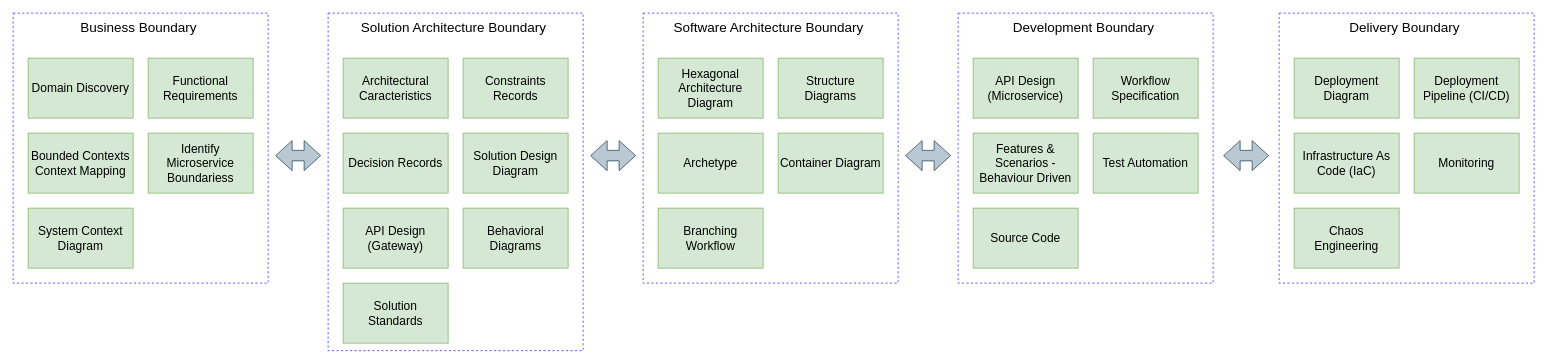
Above: Software Development Process Framework.drawio in rpicanco/MicroserviceArchitectureSolutionFramework (draw.io), before the change. Source tidied: cells renumbered, new cells numbered last; positions are measured from the earlier drawing's top-left corner, leaving out a move shared by most shapes. Both pictures are drawn from the tidied source at 75%, with x=0, y=0 at pixel (13, 13).
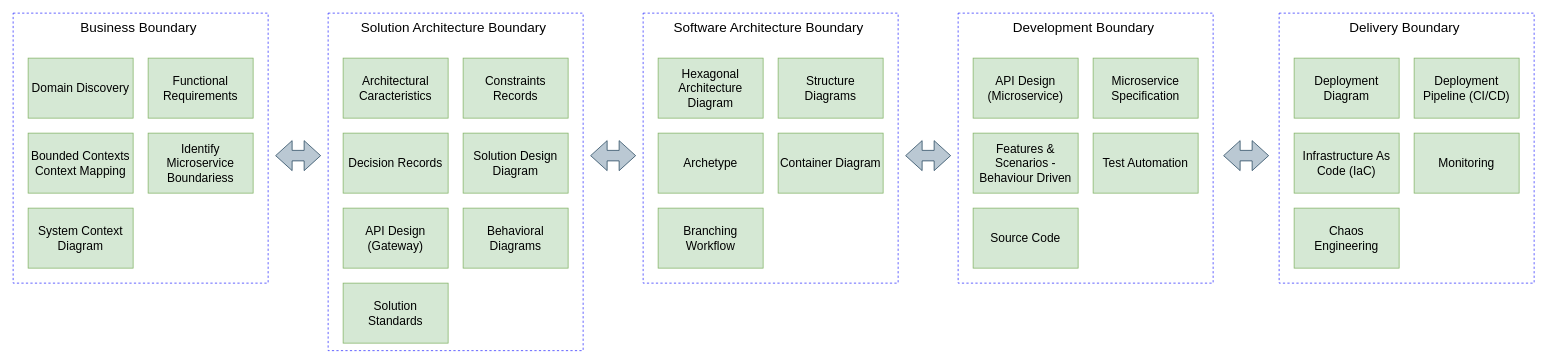
After the change.

Change to the diagram source:
```diff
@@
-    <mxCell id="28" value="&lt;span style=&quot;font-size: 16px&quot;&gt;Workflow&lt;br&gt;Specification&lt;/span&gt;" style="rounded=0;whiteSpace=wrap;html=1;fillColor=#d5e8d4;strokeColor=#82b366;" parent="1" vertex="1">
+    <mxCell id="28" value="&lt;span style=&quot;font-size: 16px&quot;&gt;Microservice&lt;/span&gt;&lt;br&gt;&lt;span style=&quot;font-size: 16px&quot;&gt;Specification&lt;/span&gt;" style="rounded=0;whiteSpace=wrap;html=1;fillColor=#d5e8d4;strokeColor=#82b366;" parent="1" vertex="1">
       <mxGeometry x="1440" y="60" width="140" height="80" as="geometry" />
     </mxCell>
```
